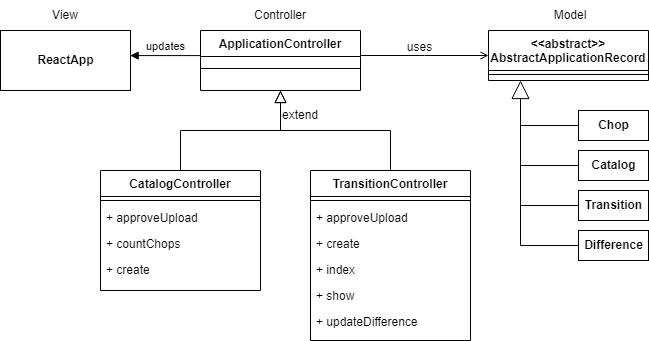
Above: Weitere Deliverables/Dokumentation/class_diagram.png in lgeorgescu/pse5-deliverables (draw.io), before the change. Source tidied: cells renumbered, new cells last; positions are measured from the earlier drawing's top-left corner, leaving out a move shared by most shapes. Source of this version:
```xml
<mxGraphModel>
  <root>
    <mxCell id="0" />
    <mxCell id="1" parent="0" />
    <mxCell id="2" value="ApplicationController" style="swimlane;fontStyle=1;align=center;verticalAlign=top;horizontal=1;startSize=26;rounded=0;shadow=0;strokeWidth=1;" parent="1" vertex="1">
      <mxGeometry x="200" y="30" width="160" height="60" as="geometry" />
    </mxCell>
    <mxCell id="3" style="line;html=1;strokeWidth=1;align=left;verticalAlign=middle;spacingTop=-1;spacingLeft=3;spacingRight=3;labelPosition=right;" parent="2" vertex="1">
      <mxGeometry y="26" width="160" height="24" as="geometry" />
    </mxCell>
    <mxCell id="4" value="CatalogController" style="swimlane;fontStyle=1;align=center;verticalAlign=top;horizontal=1;startSize=26;rounded=0;shadow=0;strokeWidth=1;" parent="1" vertex="1">
      <mxGeometry x="100" y="170" width="160" height="120" as="geometry" />
    </mxCell>
    <mxCell id="5" style="line;html=1;strokeWidth=1;align=left;verticalAlign=middle;spacingTop=-1;spacingLeft=3;spacingRight=3;labelPosition=right;" parent="4" vertex="1">
      <mxGeometry y="26" width="160" height="8" as="geometry" />
    </mxCell>
    <mxCell id="6" value="+ approveUpload" style="text;align=left;verticalAlign=top;spacingLeft=4;spacingRight=4;overflow=hidden;fontStyle=0;" parent="4" vertex="1">
      <mxGeometry y="34" width="160" height="26" as="geometry" />
    </mxCell>
    <mxCell id="7" value="+ countChops&#10;" style="text;align=left;verticalAlign=top;spacingLeft=4;spacingRight=4;overflow=hidden;fontStyle=0;" parent="4" vertex="1">
      <mxGeometry y="60" width="160" height="26" as="geometry" />
    </mxCell>
    <mxCell id="8" value="+ create" style="text;align=left;verticalAlign=top;spacingLeft=4;spacingRight=4;overflow=hidden;fontStyle=0;" parent="4" vertex="1">
      <mxGeometry y="86" width="160" height="26" as="geometry" />
    </mxCell>
    <mxCell id="9" style="endArrow=block;endSize=10;endFill=0;shadow=0;strokeWidth=1;rounded=0;edgeStyle=elbowEdgeStyle;elbow=vertical;verticalAlign=bottom;" parent="1" edge="1" source="4" target="2">
      <mxGeometry relative="1" as="geometry" />
    </mxCell>
    <mxCell id="10" value="TransitionController" style="swimlane;fontStyle=1;align=center;verticalAlign=top;horizontal=1;startSize=26;rounded=0;shadow=0;strokeWidth=1;" parent="1" vertex="1">
      <mxGeometry x="310" y="170" width="160" height="170" as="geometry" />
    </mxCell>
    <mxCell id="11" style="line;html=1;strokeWidth=1;align=left;verticalAlign=middle;spacingTop=-1;spacingLeft=3;spacingRight=3;labelPosition=right;" parent="10" vertex="1">
      <mxGeometry y="26" width="160" height="8" as="geometry" />
    </mxCell>
    <mxCell id="12" value="+ approveUpload" style="text;align=left;verticalAlign=top;spacingLeft=4;spacingRight=4;overflow=hidden;fontStyle=0;" parent="10" vertex="1">
      <mxGeometry y="34" width="160" height="26" as="geometry" />
    </mxCell>
    <mxCell id="13" value="+ create" style="text;align=left;verticalAlign=top;spacingLeft=4;spacingRight=4;overflow=hidden;fontStyle=0;" parent="10" vertex="1">
      <mxGeometry y="60" width="160" height="26" as="geometry" />
    </mxCell>
    <mxCell id="14" value="+ index" style="text;align=left;verticalAlign=top;spacingLeft=4;spacingRight=4;overflow=hidden;fontStyle=0;" parent="10" vertex="1">
      <mxGeometry y="86" width="160" height="26" as="geometry" />
    </mxCell>
    <mxCell id="15" value="+ show" style="text;align=left;verticalAlign=top;spacingLeft=4;spacingRight=4;overflow=hidden;fontStyle=0;" parent="10" vertex="1">
      <mxGeometry y="112" width="160" height="26" as="geometry" />
    </mxCell>
    <mxCell id="16" value="+ updateDifference" style="text;align=left;verticalAlign=top;spacingLeft=4;spacingRight=4;overflow=hidden;fontStyle=0;" parent="10" vertex="1">
      <mxGeometry y="138" width="160" height="26" as="geometry" />
    </mxCell>
    <mxCell id="17" style="endArrow=block;endSize=10;endFill=0;shadow=0;strokeWidth=1;rounded=0;edgeStyle=elbowEdgeStyle;elbow=vertical;" parent="1" edge="1" source="10" target="2">
      <mxGeometry relative="1" as="geometry" />
    </mxCell>
    <mxCell id="18" value="&lt;&lt;abstract&gt;&gt;&#10;AbstractApplicationRecord" style="swimlane;fontStyle=1;align=center;verticalAlign=top;horizontal=1;startSize=40;rounded=0;shadow=0;strokeWidth=1;" parent="1" vertex="1">
      <mxGeometry x="488" y="30" width="160" height="50" as="geometry" />
    </mxCell>
    <mxCell id="19" style="line;html=1;strokeWidth=1;align=left;verticalAlign=middle;spacingTop=-1;spacingLeft=3;spacingRight=3;labelPosition=right;" parent="18" vertex="1">
      <mxGeometry y="40" width="160" height="8" as="geometry" />
    </mxCell>
    <mxCell id="20" style="endArrow=open;shadow=0;strokeWidth=1;rounded=0;endFill=1;edgeStyle=elbowEdgeStyle;elbow=vertical;" parent="1" edge="1" source="2" target="18">
      <mxGeometry x="0.5" y="41" relative="1" as="geometry">
        <mxPoint x="-40" y="32" as="offset" />
      </mxGeometry>
    </mxCell>
    <mxCell id="21" value="uses" style="text;html=1;align=center;verticalAlign=middle;labelBackgroundColor=none;rounded=0;shadow=0;strokeWidth=1;fontSize=12;" parent="20" vertex="1">
      <mxGeometry x="0.5" y="49" relative="1" as="geometry">
        <mxPoint x="-38" y="40" as="offset" />
      </mxGeometry>
    </mxCell>
    <mxCell id="22" value="Model" style="text;html=1;strokeColor=none;fillColor=none;align=center;verticalAlign=middle;whiteSpace=wrap;rounded=0;" parent="1" vertex="1">
      <mxGeometry x="540" width="60" height="30" as="geometry" />
    </mxCell>
    <mxCell id="23" value="Controller" style="text;html=1;strokeColor=none;fillColor=none;align=center;verticalAlign=middle;whiteSpace=wrap;rounded=0;" parent="1" vertex="1">
      <mxGeometry x="250" width="60" height="30" as="geometry" />
    </mxCell>
    <mxCell id="24" value="Chop" style="html=1;fontStyle=1;" parent="1" vertex="1">
      <mxGeometry x="578" y="110" width="70" height="30" as="geometry" />
    </mxCell>
    <mxCell id="25" value="Catalog" style="html=1;fontStyle=1;" parent="1" vertex="1">
      <mxGeometry x="578" y="150" width="70" height="30" as="geometry" />
    </mxCell>
    <mxCell id="26" value="Transition" style="html=1;fontStyle=1;" parent="1" vertex="1">
      <mxGeometry x="578" y="190" width="70" height="30" as="geometry" />
    </mxCell>
    <mxCell id="27" value="Difference" style="html=1;fontStyle=1;" parent="1" vertex="1">
      <mxGeometry x="578" y="230" width="70" height="30" as="geometry" />
    </mxCell>
    <mxCell id="28" style="endArrow=block;endSize=16;endFill=0;html=1;rounded=0;exitX=0;exitY=0.5;exitDx=0;exitDy=0;" parent="1" edge="1" source="24">
      <mxGeometry x="-0.2" y="18" relative="1" as="geometry">
        <mxPoint x="520" y="80" as="targetPoint" />
        <Array as="points">
          <mxPoint x="520" y="125" />
        </Array>
      </mxGeometry>
    </mxCell>
    <mxCell id="29" style="endArrow=none;html=1;rounded=0;exitX=0;exitY=0.5;exitDx=0;exitDy=0;" parent="1" edge="1" source="25">
      <mxGeometry relative="1" as="geometry">
        <mxPoint x="520" y="120" as="targetPoint" />
        <Array as="points">
          <mxPoint x="520" y="165" />
        </Array>
      </mxGeometry>
    </mxCell>
    <mxCell id="30" style="endArrow=none;html=1;rounded=0;exitX=0;exitY=0.5;exitDx=0;exitDy=0;" parent="1" edge="1">
      <mxGeometry relative="1" as="geometry">
        <mxPoint x="578" y="205" as="sourcePoint" />
        <mxPoint x="520" y="160" as="targetPoint" />
        <Array as="points">
          <mxPoint x="520" y="205" />
        </Array>
      </mxGeometry>
    </mxCell>
    <mxCell id="31" style="endArrow=none;html=1;rounded=0;exitX=0;exitY=0.5;exitDx=0;exitDy=0;" parent="1" edge="1">
      <mxGeometry relative="1" as="geometry">
        <mxPoint x="578" y="245" as="sourcePoint" />
        <mxPoint x="520" y="200" as="targetPoint" />
        <Array as="points">
          <mxPoint x="520" y="245" />
        </Array>
      </mxGeometry>
    </mxCell>
    <mxCell id="32" value="&lt;b&gt;ReactApp&lt;/b&gt;" style="html=1;" parent="1" vertex="1">
      <mxGeometry y="30" width="130" height="60" as="geometry" />
    </mxCell>
    <mxCell id="33" value="View" style="text;html=1;strokeColor=none;fillColor=none;align=center;verticalAlign=middle;whiteSpace=wrap;rounded=0;" parent="1" vertex="1">
      <mxGeometry x="35" width="60" height="30" as="geometry" />
    </mxCell>
    <mxCell id="34" value="updates" style="html=1;verticalAlign=bottom;endArrow=block;rounded=0;entryX=0.997;entryY=0.418;entryDx=0;entryDy=0;entryPerimeter=0;exitX=0.001;exitY=0.418;exitDx=0;exitDy=0;exitPerimeter=0;" parent="1" edge="1" source="2" target="32">
      <mxGeometry relative="1" as="geometry" />
    </mxCell>
    <mxCell id="35" value="extend" style="text;html=1;strokeColor=none;fillColor=none;align=center;verticalAlign=middle;whiteSpace=wrap;rounded=0;" parent="1" vertex="1">
      <mxGeometry x="270" y="100" width="60" height="30" as="geometry" />
    </mxCell>
  </root>
</mxGraphModel>
```
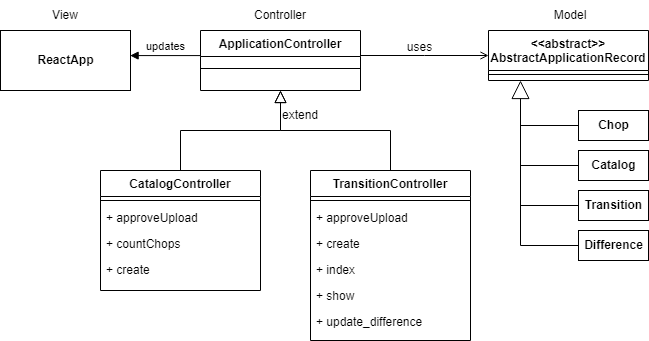
The same diagram one commit later.

Commit message:
sequence diagram

The edit, as a diff of the source:
```diff
@@ -44,7 +44,7 @@
     <mxCell id="15" value="+ show" style="text;align=left;verticalAlign=top;spacingLeft=4;spacingRight=4;overflow=hidden;fontStyle=0;" parent="10" vertex="1">
       <mxGeometry y="112" width="160" height="26" as="geometry" />
     </mxCell>
-    <mxCell id="16" value="+ updateDifference" style="text;align=left;verticalAlign=top;spacingLeft=4;spacingRight=4;overflow=hidden;fontStyle=0;" parent="10" vertex="1">
+    <mxCell id="16" value="+ update_difference" style="text;align=left;verticalAlign=top;spacingLeft=4;spacingRight=4;overflow=hidden;fontStyle=0;" parent="10" vertex="1">
       <mxGeometry y="138" width="160" height="26" as="geometry" />
     </mxCell>
     <mxCell id="17" style="endArrow=block;endSize=10;endFill=0;shadow=0;strokeWidth=1;rounded=0;edgeStyle=elbowEdgeStyle;elbow=vertical;" parent="1" edge="1" source="10" target="2">
```
